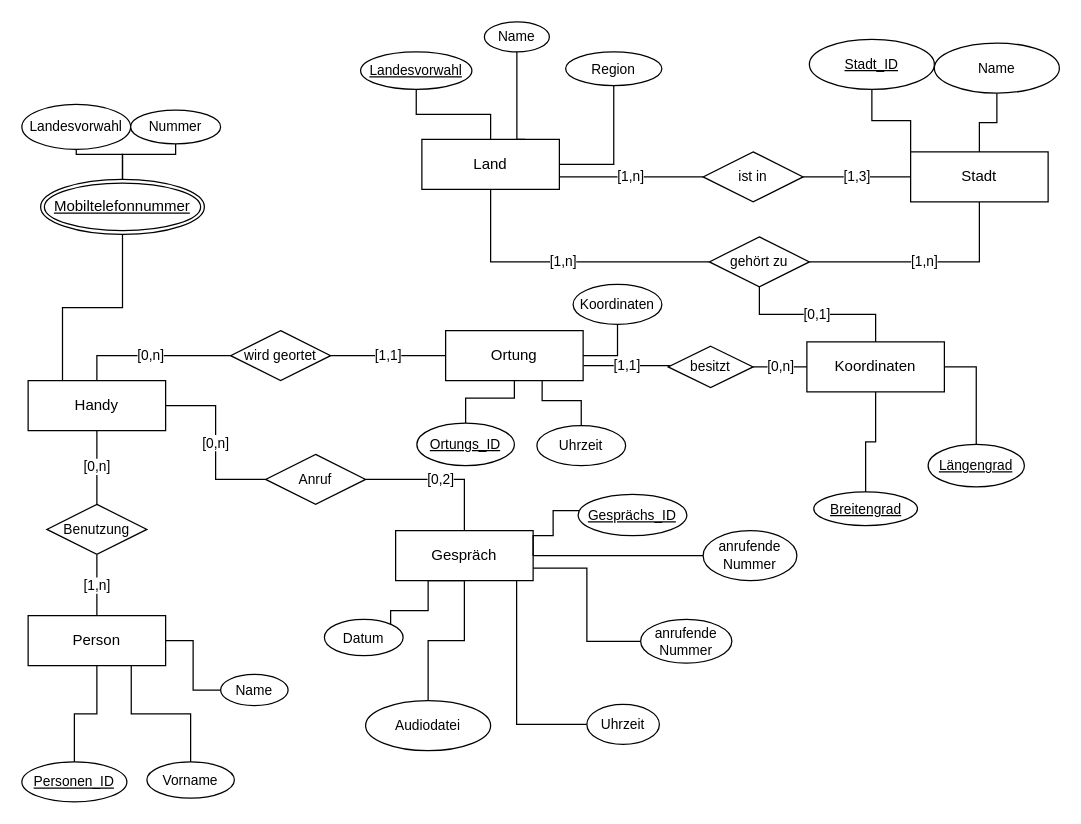
Earlier version of the draw.io diagram Geheimdienst_ER-Modell.drawio (clemens29/Datenbanksysteme-I). Source tidied: cells renumbered, new cells numbered last; positions are measured from the earlier drawing's top-left corner, leaving out a move shared by most shapes. Both pictures are drawn from the tidied source at 125%, with x=0, y=0 at pixel (21, 21).
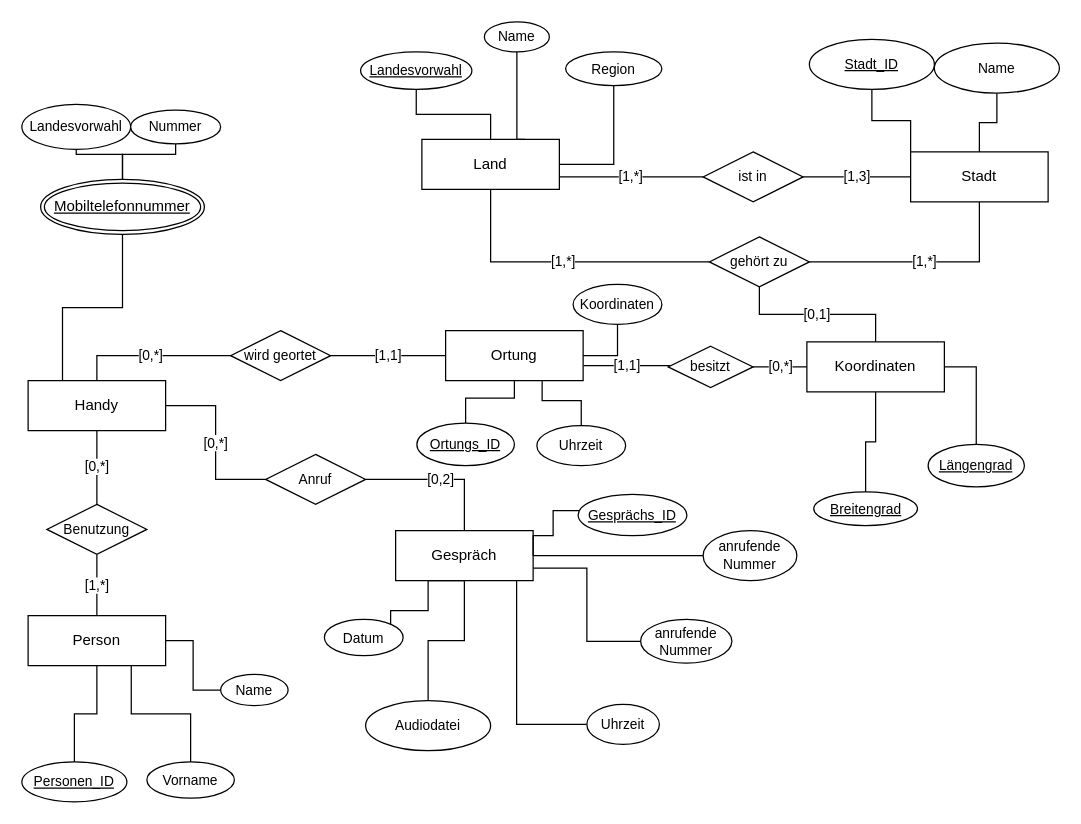
After the change.

The change refers to these unchanged cells:
```xml
<mxCell id="3" value="Handy" style="whiteSpace=wrap;html=1;align=center;" parent="1" vertex="1">
  <mxGeometry x="5" y="287" width="110" height="40" as="geometry" />
</mxCell>
<mxCell id="5" value="Land" style="whiteSpace=wrap;html=1;align=center;" parent="1" vertex="1">
  <mxGeometry x="320" y="94" width="110" height="40" as="geometry" />
</mxCell>
<mxCell id="6" value="Person" style="whiteSpace=wrap;html=1;align=center;" parent="1" vertex="1">
  <mxGeometry x="5" y="475" width="110" height="40" as="geometry" />
</mxCell>
<mxCell id="9" value="Koordinaten" style="whiteSpace=wrap;html=1;align=center;" parent="1" vertex="1">
  <mxGeometry x="628" y="256" width="110" height="40" as="geometry" />
</mxCell>
<mxCell id="11" value="Stadt" style="whiteSpace=wrap;html=1;align=center;" parent="1" vertex="1">
  <mxGeometry x="711" y="104" width="110" height="40" as="geometry" />
</mxCell>
<mxCell id="17" value="ist in" style="shape=rhombus;perimeter=rhombusPerimeter;whiteSpace=wrap;html=1;align=center;fontFamily=Helvetica;fontSize=11;fontColor=default;" parent="1" vertex="1">
  <mxGeometry x="545" y="104" width="80" height="40" as="geometry" />
</mxCell>
<mxCell id="20" value="Benutzung" style="shape=rhombus;perimeter=rhombusPerimeter;whiteSpace=wrap;html=1;align=center;fontFamily=Helvetica;fontSize=11;fontColor=default;" parent="1" vertex="1">
  <mxGeometry x="20" y="386" width="80" height="40" as="geometry" />
</mxCell>
<mxCell id="23" value="wird geortet" style="shape=rhombus;perimeter=rhombusPerimeter;whiteSpace=wrap;html=1;align=center;fontFamily=Helvetica;fontSize=11;fontColor=default;" parent="1" vertex="1">
  <mxGeometry x="167" y="247" width="80" height="40" as="geometry" />
</mxCell>
<mxCell id="26" value="gehört zu" style="shape=rhombus;perimeter=rhombusPerimeter;whiteSpace=wrap;html=1;align=center;fontFamily=Helvetica;fontSize=11;fontColor=default;" parent="1" vertex="1">
  <mxGeometry x="550" y="172" width="80" height="40" as="geometry" />
</mxCell>
<mxCell id="28" value="Anruf" style="shape=rhombus;perimeter=rhombusPerimeter;whiteSpace=wrap;html=1;align=center;fontFamily=Helvetica;fontSize=11;fontColor=default;" parent="1" vertex="1">
  <mxGeometry x="195" y="346" width="80" height="40" as="geometry" />
</mxCell>
<mxCell id="72" value="besitzt" style="shape=rhombus;perimeter=rhombusPerimeter;whiteSpace=wrap;html=1;align=center;fontFamily=Helvetica;fontSize=11;fontColor=default;" parent="1" vertex="1">
  <mxGeometry x="517" y="259.5" width="68" height="33" as="geometry" />
</mxCell>
```

Change to the diagram source:
```diff
@@
-    <mxCell id="2" value="[0,n]" style="edgeStyle=orthogonalEdgeStyle;shape=connector;rounded=0;jettySize=auto;html=1;labelBackgroundColor=default;strokeColor=default;fontFamily=Helvetica;fontSize=11;fontColor=default;endArrow=none;endFill=0;entryX=0;entryY=0.5;entryDx=0;entryDy=0;" parent="1" edge="1" source="3" target="28">
+    <mxCell id="2" value="[0,*]" style="edgeStyle=orthogonalEdgeStyle;shape=connector;rounded=0;jettySize=auto;html=1;labelBackgroundColor=default;strokeColor=default;fontFamily=Helvetica;fontSize=11;fontColor=default;endArrow=none;endFill=0;entryX=0;entryY=0.5;entryDx=0;entryDy=0;" parent="1" edge="1" source="3" target="28">
       <mxGeometry relative="1" as="geometry" />
     </mxCell>
@@
-    <mxCell id="16" value="[1,n]" style="edgeStyle=orthogonalEdgeStyle;shape=connector;rounded=0;jettySize=auto;html=1;entryX=1;entryY=0.75;entryDx=0;entryDy=0;labelBackgroundColor=default;strokeColor=default;fontFamily=Helvetica;fontSize=11;fontColor=default;endArrow=none;endFill=0;" parent="1" edge="1" source="17" target="5">
+    <mxCell id="16" value="[1,*]" style="edgeStyle=orthogonalEdgeStyle;shape=connector;rounded=0;jettySize=auto;html=1;entryX=1;entryY=0.75;entryDx=0;entryDy=0;labelBackgroundColor=default;strokeColor=default;fontFamily=Helvetica;fontSize=11;fontColor=default;endArrow=none;endFill=0;" parent="1" edge="1" source="17" target="5">
       <mxGeometry relative="1" as="geometry" />
     </mxCell>
@@
-    <mxCell id="18" value="[0,n]" style="edgeStyle=orthogonalEdgeStyle;shape=connector;rounded=0;jettySize=auto;html=1;entryX=0.5;entryY=1;entryDx=0;entryDy=0;labelBackgroundColor=default;strokeColor=default;fontFamily=Helvetica;fontSize=11;fontColor=default;endArrow=none;endFill=0;" parent="1" edge="1" source="20" target="3">
+    <mxCell id="18" value="[0,*]" style="edgeStyle=orthogonalEdgeStyle;shape=connector;rounded=0;jettySize=auto;html=1;entryX=0.5;entryY=1;entryDx=0;entryDy=0;labelBackgroundColor=default;strokeColor=default;fontFamily=Helvetica;fontSize=11;fontColor=default;endArrow=none;endFill=0;" parent="1" edge="1" source="20" target="3">
       <mxGeometry relative="1" as="geometry" />
     </mxCell>
-    <mxCell id="19" value="[1,n]" style="edgeStyle=orthogonalEdgeStyle;shape=connector;rounded=0;jettySize=auto;html=1;labelBackgroundColor=default;strokeColor=default;fontFamily=Helvetica;fontSize=11;fontColor=default;endArrow=none;endFill=0;" parent="1" edge="1" source="20" target="6">
+    <mxCell id="19" value="[1,*]" style="edgeStyle=orthogonalEdgeStyle;shape=connector;rounded=0;jettySize=auto;html=1;labelBackgroundColor=default;strokeColor=default;fontFamily=Helvetica;fontSize=11;fontColor=default;endArrow=none;endFill=0;" parent="1" edge="1" source="20" target="6">
       <mxGeometry relative="1" as="geometry" />
     </mxCell>
@@
-    <mxCell id="21" value="[0,n]" style="edgeStyle=orthogonalEdgeStyle;shape=connector;rounded=0;jettySize=auto;html=1;labelBackgroundColor=default;strokeColor=default;fontFamily=Helvetica;fontSize=11;fontColor=default;endArrow=none;endFill=0;entryX=0.5;entryY=0;entryDx=0;entryDy=0;" parent="1" edge="1" source="23" target="3">
-      <mxGeometry relative="1" as="geometry" />
+    <mxCell id="21" value="[0,*]" style="edgeStyle=orthogonalEdgeStyle;shape=connector;rounded=0;jettySize=auto;html=1;labelBackgroundColor=default;strokeColor=default;fontFamily=Helvetica;fontSize=11;fontColor=default;endArrow=none;endFill=0;entryX=0.5;entryY=0;entryDx=0;entryDy=0;" parent="1" edge="1" source="23" target="3">
+      <mxGeometry x="0.01" relative="1" as="geometry" />
     </mxCell>
@@
-    <mxCell id="24" value="[1,n]" style="edgeStyle=orthogonalEdgeStyle;shape=connector;rounded=0;jettySize=auto;html=1;entryX=0.5;entryY=1;entryDx=0;entryDy=0;labelBackgroundColor=default;strokeColor=default;fontFamily=Helvetica;fontSize=11;fontColor=default;endArrow=none;endFill=0;" parent="1" edge="1" source="26" target="11">
+    <mxCell id="24" value="[1,*]" style="edgeStyle=orthogonalEdgeStyle;shape=connector;rounded=0;jettySize=auto;html=1;entryX=0.5;entryY=1;entryDx=0;entryDy=0;labelBackgroundColor=default;strokeColor=default;fontFamily=Helvetica;fontSize=11;fontColor=default;endArrow=none;endFill=0;" parent="1" edge="1" source="26" target="11">
       <mxGeometry relative="1" as="geometry" />
     </mxCell>
-    <mxCell id="25" value="[1,n]" style="edgeStyle=orthogonalEdgeStyle;shape=connector;rounded=0;jettySize=auto;html=1;entryX=0.5;entryY=1;entryDx=0;entryDy=0;labelBackgroundColor=default;strokeColor=default;fontFamily=Helvetica;fontSize=11;fontColor=default;endArrow=none;endFill=0;" parent="1" edge="1" source="26" target="5">
+    <mxCell id="25" value="[1,*]" style="edgeStyle=orthogonalEdgeStyle;shape=connector;rounded=0;jettySize=auto;html=1;entryX=0.5;entryY=1;entryDx=0;entryDy=0;labelBackgroundColor=default;strokeColor=default;fontFamily=Helvetica;fontSize=11;fontColor=default;endArrow=none;endFill=0;" parent="1" edge="1" source="26" target="5">
       <mxGeometry relative="1" as="geometry" />
     </mxCell>
@@
-    <mxCell id="71" value="[0,n]" style="edgeStyle=orthogonalEdgeStyle;shape=connector;rounded=0;jettySize=auto;html=1;entryX=0;entryY=0.5;entryDx=0;entryDy=0;labelBackgroundColor=default;strokeColor=default;fontFamily=Helvetica;fontSize=11;fontColor=default;endArrow=none;endFill=0;" parent="1" edge="1" source="72" target="9">
+    <mxCell id="71" value="[0,*]" style="edgeStyle=orthogonalEdgeStyle;shape=connector;rounded=0;jettySize=auto;html=1;entryX=0;entryY=0.5;entryDx=0;entryDy=0;labelBackgroundColor=default;strokeColor=default;fontFamily=Helvetica;fontSize=11;fontColor=default;endArrow=none;endFill=0;" parent="1" edge="1" source="72" target="9">
       <mxGeometry relative="1" as="geometry" />
     </mxCell>
```
